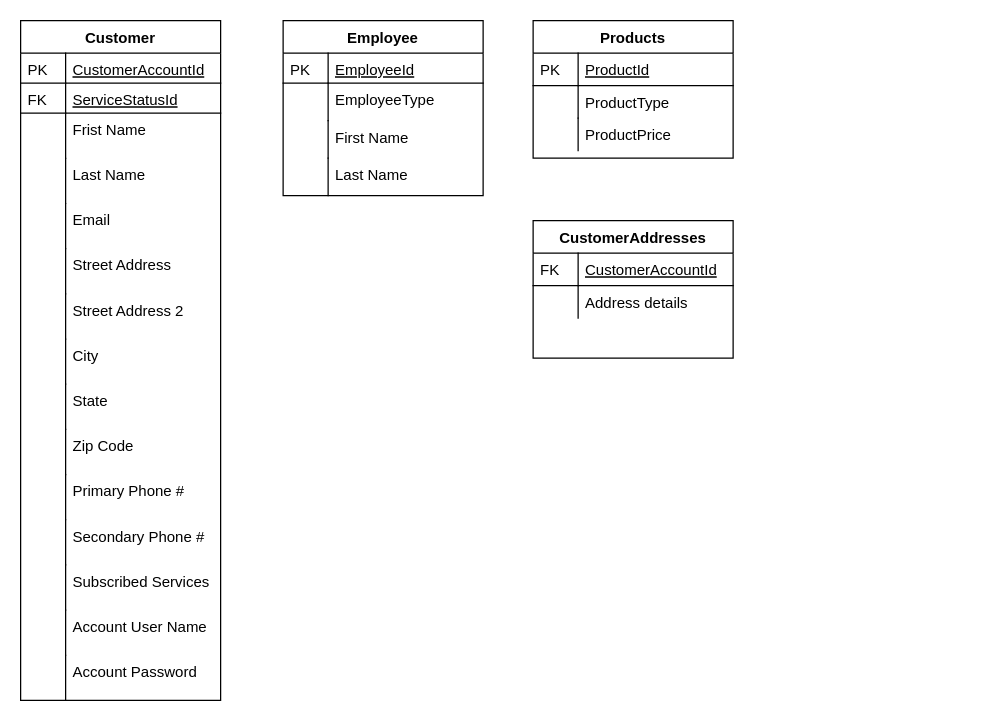
Cmbtmedicmoto84/Capstone_Repo keeps this draw.io diagram as page "Page-1" (1 of 2) of Capstone.drawio. Above is the earlier version. Source tidied: cells renumbered, new cells numbered last; positions are measured from the earlier drawing's top-left corner, leaving out a move shared by most shapes. Both pictures are drawn from the tidied source at 125%, with x=0, y=0 at pixel (20, 20).
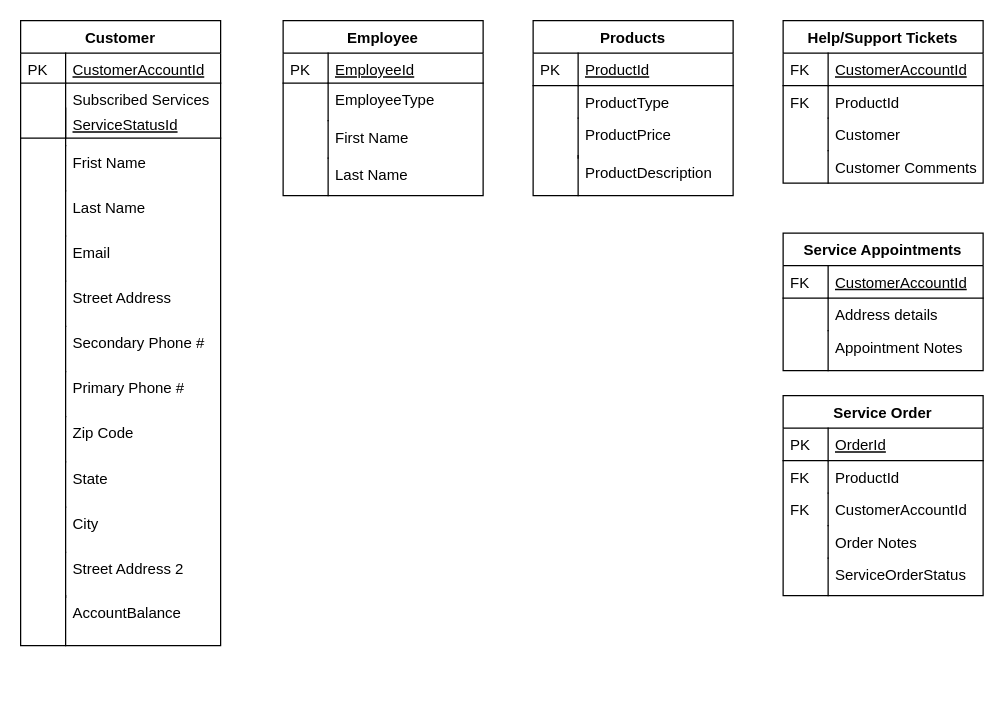
Above is the later version.

Diff of the diagram source:
```diff
@@
     <mxCell id="2" value="Customer" style="swimlane;fontStyle=1;horizontal=1;startSize=26;rounded=0;shadow=0;strokeWidth=1;" parent="1" vertex="1">
-      <mxGeometry width="160" height="543.8" as="geometry" />
+      <mxGeometry width="160" height="500" as="geometry" />
     </mxCell>
@@
-    <mxCell id="5" value="ServiceStatusId" style="shape=partialRectangle;top=0;left=0;right=0;bottom=1;align=left;verticalAlign=top;fillColor=none;spacingLeft=40;spacingRight=4;overflow=hidden;rounded=0;shadow=0;strokeWidth=1;fontStyle=4;" parent="2" vertex="1">
-      <mxGeometry y="50" width="160" height="24" as="geometry" />
-    </mxCell>
-    <mxCell id="6" value="FK" style="shape=partialRectangle;top=0;left=0;bottom=0;fillColor=none;align=left;verticalAlign=top;spacingLeft=4;spacingRight=4;overflow=hidden;" parent="5" vertex="1">
-      <mxGeometry width="36" height="24" as="geometry" />
-    </mxCell>
+    <mxCell id="27" value="Subscribed Services" style="shape=partialRectangle;top=0;left=0;right=0;bottom=0;align=left;verticalAlign=top;fillColor=none;spacingLeft=40;spacingRight=4;overflow=hidden;rounded=0;shadow=0;strokeWidth=1;" parent="2" vertex="1">
+      <mxGeometry y="50" width="160" height="50" as="geometry" />
+    </mxCell>
+    <mxCell id="28" style="shape=partialRectangle;top=0;left=0;bottom=0;fillColor=none;align=left;verticalAlign=top;spacingLeft=4;spacingRight=4;overflow=hidden;" parent="27" vertex="1">
+      <mxGeometry width="36" height="50" as="geometry" />
+    </mxCell>
     <mxCell id="7" value="Frist Name" style="shape=partialRectangle;top=0;left=0;right=0;bottom=0;align=left;verticalAlign=top;fillColor=none;spacingLeft=40;spacingRight=4;overflow=hidden;rounded=0;shadow=0;strokeWidth=1;" parent="2" vertex="1">
-      <mxGeometry y="74" width="160" height="36.1" as="geometry" />
+      <mxGeometry y="100" width="160" height="36.1" as="geometry" />
     </mxCell>
@@
     <mxCell id="9" value="Last Name" style="shape=partialRectangle;top=0;left=0;right=0;bottom=0;align=left;verticalAlign=top;fillColor=none;spacingLeft=40;spacingRight=4;overflow=hidden;rounded=0;shadow=0;strokeWidth=1;" parent="2" vertex="1">
-      <mxGeometry y="110.1" width="160" height="36.1" as="geometry" />
+      <mxGeometry y="136.1" width="160" height="36.1" as="geometry" />
     </mxCell>
@@
     <mxCell id="11" value="Email" style="shape=partialRectangle;top=0;left=0;right=0;bottom=0;align=left;verticalAlign=top;fillColor=none;spacingLeft=40;spacingRight=4;overflow=hidden;rounded=0;shadow=0;strokeWidth=1;" parent="2" vertex="1">
-      <mxGeometry y="146.3" width="160" height="36.1" as="geometry" />
+      <mxGeometry y="172.3" width="160" height="36.1" as="geometry" />
     </mxCell>
@@
     <mxCell id="13" value="Street Address" style="shape=partialRectangle;top=0;left=0;right=0;bottom=0;align=left;verticalAlign=top;fillColor=none;spacingLeft=40;spacingRight=4;overflow=hidden;rounded=0;shadow=0;strokeWidth=1;" parent="2" vertex="1">
-      <mxGeometry y="182.4" width="160" height="36.1" as="geometry" />
+      <mxGeometry y="208.4" width="160" height="36.1" as="geometry" />
     </mxCell>
@@
+    <mxCell id="25" value="Secondary Phone #" style="shape=partialRectangle;top=0;left=0;right=0;bottom=0;align=left;verticalAlign=top;fillColor=none;spacingLeft=40;spacingRight=4;overflow=hidden;rounded=0;shadow=0;strokeWidth=1;" parent="2" vertex="1">
+      <mxGeometry y="244.6" width="160" height="36.1" as="geometry" />
+    </mxCell>
+    <mxCell id="26" style="shape=partialRectangle;top=0;left=0;bottom=0;fillColor=none;align=left;verticalAlign=top;spacingLeft=4;spacingRight=4;overflow=hidden;" parent="25" vertex="1">
+      <mxGeometry width="36" height="36.1" as="geometry" />
+    </mxCell>
+    <mxCell id="23" value="Primary Phone #" style="shape=partialRectangle;top=0;left=0;right=0;bottom=0;align=left;verticalAlign=top;fillColor=none;spacingLeft=40;spacingRight=4;overflow=hidden;rounded=0;shadow=0;strokeWidth=1;" parent="2" vertex="1">
+      <mxGeometry y="280.7" width="160" height="36.1" as="geometry" />
+    </mxCell>
+    <mxCell id="24" style="shape=partialRectangle;top=0;left=0;bottom=0;fillColor=none;align=left;verticalAlign=top;spacingLeft=4;spacingRight=4;overflow=hidden;" parent="23" vertex="1">
+      <mxGeometry width="36" height="36.1" as="geometry" />
+    </mxCell>
+    <mxCell id="21" value="Zip Code" style="shape=partialRectangle;top=0;left=0;right=0;bottom=0;align=left;verticalAlign=top;fillColor=none;spacingLeft=40;spacingRight=4;overflow=hidden;rounded=0;shadow=0;strokeWidth=1;" parent="2" vertex="1">
+      <mxGeometry y="316.8" width="160" height="36.1" as="geometry" />
+    </mxCell>
+    <mxCell id="22" style="shape=partialRectangle;top=0;left=0;bottom=0;fillColor=none;align=left;verticalAlign=top;spacingLeft=4;spacingRight=4;overflow=hidden;" parent="21" vertex="1">
+      <mxGeometry width="36" height="36.1" as="geometry" />
+    </mxCell>
+    <mxCell id="19" value="State" style="shape=partialRectangle;top=0;left=0;right=0;bottom=0;align=left;verticalAlign=top;fillColor=none;spacingLeft=40;spacingRight=4;overflow=hidden;rounded=0;shadow=0;strokeWidth=1;" parent="2" vertex="1">
+      <mxGeometry y="353" width="160" height="36.1" as="geometry" />
+    </mxCell>
+    <mxCell id="20" style="shape=partialRectangle;top=0;left=0;bottom=0;fillColor=none;align=left;verticalAlign=top;spacingLeft=4;spacingRight=4;overflow=hidden;" parent="19" vertex="1">
+      <mxGeometry width="36" height="36.1" as="geometry" />
+    </mxCell>
+    <mxCell id="17" value="City" style="shape=partialRectangle;top=0;left=0;right=0;bottom=0;align=left;verticalAlign=top;fillColor=none;spacingLeft=40;spacingRight=4;overflow=hidden;rounded=0;shadow=0;strokeWidth=1;" parent="2" vertex="1">
+      <mxGeometry y="389.1" width="160" height="36.1" as="geometry" />
+    </mxCell>
+    <mxCell id="18" style="shape=partialRectangle;top=0;left=0;bottom=0;fillColor=none;align=left;verticalAlign=top;spacingLeft=4;spacingRight=4;overflow=hidden;" parent="17" vertex="1">
+      <mxGeometry width="36" height="36.1" as="geometry" />
+    </mxCell>
     <mxCell id="15" value="Street Address 2" style="shape=partialRectangle;top=0;left=0;right=0;bottom=0;align=left;verticalAlign=top;fillColor=none;spacingLeft=40;spacingRight=4;overflow=hidden;rounded=0;shadow=0;strokeWidth=1;" parent="2" vertex="1">
-      <mxGeometry y="218.6" width="160" height="36.1" as="geometry" />
+      <mxGeometry y="425.3" width="160" height="36.1" as="geometry" />
     </mxCell>
@@
-    <mxCell id="17" value="City" style="shape=partialRectangle;top=0;left=0;right=0;bottom=0;align=left;verticalAlign=top;fillColor=none;spacingLeft=40;spacingRight=4;overflow=hidden;rounded=0;shadow=0;strokeWidth=1;" parent="2" vertex="1">
-      <mxGeometry y="254.7" width="160" height="36.1" as="geometry" />
-    </mxCell>
-    <mxCell id="18" style="shape=partialRectangle;top=0;left=0;bottom=0;fillColor=none;align=left;verticalAlign=top;spacingLeft=4;spacingRight=4;overflow=hidden;" parent="17" vertex="1">
-      <mxGeometry width="36" height="36.1" as="geometry" />
-    </mxCell>
-    <mxCell id="19" value="State" style="shape=partialRectangle;top=0;left=0;right=0;bottom=0;align=left;verticalAlign=top;fillColor=none;spacingLeft=40;spacingRight=4;overflow=hidden;rounded=0;shadow=0;strokeWidth=1;" parent="2" vertex="1">
-      <mxGeometry y="290.8" width="160" height="36.1" as="geometry" />
-    </mxCell>
-    <mxCell id="20" style="shape=partialRectangle;top=0;left=0;bottom=0;fillColor=none;align=left;verticalAlign=top;spacingLeft=4;spacingRight=4;overflow=hidden;" parent="19" vertex="1">
-      <mxGeometry width="36" height="36.1" as="geometry" />
-    </mxCell>
-    <mxCell id="21" value="Zip Code" style="shape=partialRectangle;top=0;left=0;right=0;bottom=0;align=left;verticalAlign=top;fillColor=none;spacingLeft=40;spacingRight=4;overflow=hidden;rounded=0;shadow=0;strokeWidth=1;" parent="2" vertex="1">
-      <mxGeometry y="327" width="160" height="36.1" as="geometry" />
-    </mxCell>
-    <mxCell id="22" style="shape=partialRectangle;top=0;left=0;bottom=0;fillColor=none;align=left;verticalAlign=top;spacingLeft=4;spacingRight=4;overflow=hidden;" parent="21" vertex="1">
-      <mxGeometry width="36" height="36.1" as="geometry" />
-    </mxCell>
-    <mxCell id="23" value="Primary Phone #" style="shape=partialRectangle;top=0;left=0;right=0;bottom=0;align=left;verticalAlign=top;fillColor=none;spacingLeft=40;spacingRight=4;overflow=hidden;rounded=0;shadow=0;strokeWidth=1;" parent="2" vertex="1">
-      <mxGeometry y="363.1" width="160" height="36.1" as="geometry" />
-    </mxCell>
-    <mxCell id="24" style="shape=partialRectangle;top=0;left=0;bottom=0;fillColor=none;align=left;verticalAlign=top;spacingLeft=4;spacingRight=4;overflow=hidden;" parent="23" vertex="1">
-      <mxGeometry width="36" height="36.1" as="geometry" />
-    </mxCell>
-    <mxCell id="25" value="Secondary Phone #" style="shape=partialRectangle;top=0;left=0;right=0;bottom=0;align=left;verticalAlign=top;fillColor=none;spacingLeft=40;spacingRight=4;overflow=hidden;rounded=0;shadow=0;strokeWidth=1;" parent="2" vertex="1">
-      <mxGeometry y="399.3" width="160" height="36.1" as="geometry" />
-    </mxCell>
-    <mxCell id="26" style="shape=partialRectangle;top=0;left=0;bottom=0;fillColor=none;align=left;verticalAlign=top;spacingLeft=4;spacingRight=4;overflow=hidden;" parent="25" vertex="1">
-      <mxGeometry width="36" height="36.1" as="geometry" />
-    </mxCell>
-    <mxCell id="27" value="Subscribed Services" style="shape=partialRectangle;top=0;left=0;right=0;bottom=0;align=left;verticalAlign=top;fillColor=none;spacingLeft=40;spacingRight=4;overflow=hidden;rounded=0;shadow=0;strokeWidth=1;" parent="2" vertex="1">
-      <mxGeometry y="435.4" width="160" height="36.1" as="geometry" />
-    </mxCell>
-    <mxCell id="28" style="shape=partialRectangle;top=0;left=0;bottom=0;fillColor=none;align=left;verticalAlign=top;spacingLeft=4;spacingRight=4;overflow=hidden;" parent="27" vertex="1">
-      <mxGeometry width="36" height="36.1" as="geometry" />
-    </mxCell>
-    <mxCell id="29" value="Account User Name" style="shape=partialRectangle;top=0;left=0;right=0;bottom=0;align=left;verticalAlign=top;fillColor=none;spacingLeft=40;spacingRight=4;overflow=hidden;rounded=0;shadow=0;strokeWidth=1;" parent="2" vertex="1">
-      <mxGeometry y="471.5" width="160" height="36.1" as="geometry" />
-    </mxCell>
-    <mxCell id="30" style="shape=partialRectangle;top=0;left=0;bottom=0;fillColor=none;align=left;verticalAlign=top;spacingLeft=4;spacingRight=4;overflow=hidden;" parent="29" vertex="1">
-      <mxGeometry width="36" height="36.1" as="geometry" />
-    </mxCell>
-    <mxCell id="31" value="Account Password" style="shape=partialRectangle;top=0;left=0;right=0;bottom=0;align=left;verticalAlign=top;fillColor=none;spacingLeft=40;spacingRight=4;overflow=hidden;rounded=0;shadow=0;strokeWidth=1;" parent="2" vertex="1">
-      <mxGeometry y="507.7" width="160" height="36.1" as="geometry" />
-    </mxCell>
-    <mxCell id="32" style="shape=partialRectangle;top=0;left=0;bottom=0;fillColor=none;align=left;verticalAlign=top;spacingLeft=4;spacingRight=4;overflow=hidden;" parent="31" vertex="1">
-      <mxGeometry width="36" height="36.1" as="geometry" />
-    </mxCell>
@@
     <mxCell id="42" value="Products" style="swimlane;fontStyle=1;horizontal=1;startSize=26;rounded=0;shadow=0;strokeWidth=1;" parent="1" vertex="1">
-      <mxGeometry x="410" width="160" height="110" as="geometry" />
+      <mxGeometry x="410" width="160" height="140" as="geometry" />
     </mxCell>
@@
     <mxCell id="47" value="ProductPrice" style="shape=partialRectangle;top=0;left=0;right=0;bottom=0;align=left;verticalAlign=top;fillColor=none;spacingLeft=40;spacingRight=4;overflow=hidden;rounded=0;shadow=0;strokeWidth=1;" parent="42" vertex="1">
-      <mxGeometry y="78" width="160" height="26" as="geometry" />
+      <mxGeometry y="78" width="160" height="32" as="geometry" />
     </mxCell>
     <mxCell id="48" style="shape=partialRectangle;top=0;left=0;bottom=0;fillColor=none;align=left;verticalAlign=top;spacingLeft=4;spacingRight=4;overflow=hidden;" parent="47" vertex="1">
-      <mxGeometry width="36" height="26" as="geometry" />
+      <mxGeometry width="36" height="32" as="geometry" />
     </mxCell>
+    <mxCell id="54" value="Help/Support Tickets" style="swimlane;fontStyle=1;horizontal=1;startSize=26;rounded=0;shadow=0;strokeWidth=1;" parent="1" vertex="1">
+      <mxGeometry x="610" width="160" height="130" as="geometry" />
+    </mxCell>
+    <mxCell id="55" value="CustomerAccountId" style="shape=partialRectangle;top=0;left=0;right=0;bottom=1;align=left;verticalAlign=top;fillColor=none;spacingLeft=40;spacingRight=4;overflow=hidden;rounded=0;shadow=0;strokeWidth=1;fontStyle=4;" parent="54" vertex="1">
+      <mxGeometry y="26" width="160" height="26" as="geometry" />
+    </mxCell>
+    <mxCell id="56" value="FK" style="shape=partialRectangle;top=0;left=0;bottom=0;fillColor=none;align=left;verticalAlign=top;spacingLeft=4;spacingRight=4;overflow=hidden;" parent="55" vertex="1">
+      <mxGeometry width="36" height="26" as="geometry" />
+    </mxCell>
+    <mxCell id="57" value="ProductId" style="shape=partialRectangle;top=0;left=0;right=0;bottom=0;align=left;verticalAlign=top;fillColor=none;spacingLeft=40;spacingRight=4;overflow=hidden;rounded=0;shadow=0;strokeWidth=1;" parent="54" vertex="1">
+      <mxGeometry y="52" width="160" height="26" as="geometry" />
+    </mxCell>
+    <mxCell id="58" value="FK" style="shape=partialRectangle;top=0;left=0;bottom=0;fillColor=none;align=left;verticalAlign=top;spacingLeft=4;spacingRight=4;overflow=hidden;" parent="57" vertex="1">
+      <mxGeometry width="36" height="26" as="geometry" />
+    </mxCell>
+    <mxCell id="59" value="Customer" style="shape=partialRectangle;top=0;left=0;right=0;bottom=0;align=left;verticalAlign=top;fillColor=none;spacingLeft=40;spacingRight=4;overflow=hidden;rounded=0;shadow=0;strokeWidth=1;" parent="54" vertex="1">
+      <mxGeometry y="78" width="160" height="26" as="geometry" />
+    </mxCell>
+    <mxCell id="60" style="shape=partialRectangle;top=0;left=0;bottom=0;fillColor=none;align=left;verticalAlign=top;spacingLeft=4;spacingRight=4;overflow=hidden;" parent="59" vertex="1">
+      <mxGeometry width="36" height="26" as="geometry" />
+    </mxCell>
+    <mxCell id="61" value="Customer Comments" style="shape=partialRectangle;top=0;left=0;right=0;bottom=0;align=left;verticalAlign=top;fillColor=none;spacingLeft=40;spacingRight=4;overflow=hidden;rounded=0;shadow=0;strokeWidth=1;" parent="1" vertex="1">
+      <mxGeometry x="610" y="104" width="160" height="26" as="geometry" />
+    </mxCell>
+    <mxCell id="62" style="shape=partialRectangle;top=0;left=0;bottom=0;fillColor=none;align=left;verticalAlign=top;spacingLeft=4;spacingRight=4;overflow=hidden;" parent="61" vertex="1">
+      <mxGeometry width="36" height="26" as="geometry" />
+    </mxCell>
+    <mxCell id="5" value="ServiceStatusId" style="shape=partialRectangle;top=0;left=0;right=0;bottom=1;align=left;verticalAlign=top;fillColor=none;spacingLeft=40;spacingRight=4;overflow=hidden;rounded=0;shadow=0;strokeWidth=1;fontStyle=4;" parent="1" vertex="1">
+      <mxGeometry y="70" width="160" height="24" as="geometry" />
+    </mxCell>
+    <mxCell id="6" style="shape=partialRectangle;top=0;left=0;bottom=0;fillColor=none;align=left;verticalAlign=top;spacingLeft=4;spacingRight=4;overflow=hidden;" parent="5" vertex="1">
+      <mxGeometry width="36" height="24" as="geometry" />
+    </mxCell>
+    <mxCell id="63" value="ProductDescription" style="shape=partialRectangle;top=0;left=0;right=0;bottom=0;align=left;verticalAlign=top;fillColor=none;spacingLeft=40;spacingRight=4;overflow=hidden;rounded=0;shadow=0;strokeWidth=1;" parent="1" vertex="1">
+      <mxGeometry x="410" y="108" width="160" height="32" as="geometry" />
+    </mxCell>
+    <mxCell id="64" style="shape=partialRectangle;top=0;left=0;bottom=0;fillColor=none;align=left;verticalAlign=top;spacingLeft=4;spacingRight=4;overflow=hidden;" parent="63" vertex="1">
+      <mxGeometry width="36" height="32" as="geometry" />
+    </mxCell>
+    <mxCell id="65" value="AccountBalance" style="shape=partialRectangle;top=0;left=0;right=0;bottom=0;align=left;verticalAlign=top;fillColor=none;spacingLeft=40;spacingRight=4;overflow=hidden;rounded=0;shadow=0;strokeWidth=1;" parent="1" vertex="1">
+      <mxGeometry y="460" width="160" height="40" as="geometry" />
+    </mxCell>
+    <mxCell id="66" style="shape=partialRectangle;top=0;left=0;bottom=0;fillColor=none;align=left;verticalAlign=top;spacingLeft=4;spacingRight=4;overflow=hidden;" parent="65" vertex="1">
+      <mxGeometry width="36" height="40" as="geometry" />
+    </mxCell>
-    <mxCell id="49" value="CustomerAddresses" style="swimlane;fontStyle=1;horizontal=1;startSize=26;rounded=0;shadow=0;strokeWidth=1;" parent="1" vertex="1">
-      <mxGeometry x="410" y="160" width="160" height="110" as="geometry" />
+    <mxCell id="49" value="Service Appointments" style="swimlane;fontStyle=1;horizontal=1;startSize=26;rounded=0;shadow=0;strokeWidth=1;" parent="1" vertex="1">
+      <mxGeometry x="610" y="170" width="160" height="110" as="geometry" />
     </mxCell>
@@
+    <mxCell id="67" value="Appointment Notes" style="shape=partialRectangle;top=0;left=0;right=0;bottom=0;align=left;verticalAlign=top;fillColor=none;spacingLeft=40;spacingRight=4;overflow=hidden;rounded=0;shadow=0;strokeWidth=1;" parent="49" vertex="1">
+      <mxGeometry y="78" width="160" height="32" as="geometry" />
+    </mxCell>
+    <mxCell id="68" style="shape=partialRectangle;top=0;left=0;bottom=0;fillColor=none;align=left;verticalAlign=top;spacingLeft=4;spacingRight=4;overflow=hidden;" parent="67" vertex="1">
+      <mxGeometry width="36" height="32" as="geometry" />
+    </mxCell>
+    <mxCell id="69" value="Service Order" style="swimlane;fontStyle=1;horizontal=1;startSize=26;rounded=0;shadow=0;strokeWidth=1;" parent="1" vertex="1">
+      <mxGeometry x="610" y="300" width="160" height="160" as="geometry" />
+    </mxCell>
+    <mxCell id="70" value="OrderId" style="shape=partialRectangle;top=0;left=0;right=0;bottom=1;align=left;verticalAlign=top;fillColor=none;spacingLeft=40;spacingRight=4;overflow=hidden;rounded=0;shadow=0;strokeWidth=1;fontStyle=4;" parent="69" vertex="1">
+      <mxGeometry y="26" width="160" height="26" as="geometry" />
+    </mxCell>
+    <mxCell id="71" value="PK" style="shape=partialRectangle;top=0;left=0;bottom=0;fillColor=none;align=left;verticalAlign=top;spacingLeft=4;spacingRight=4;overflow=hidden;" parent="70" vertex="1">
+      <mxGeometry width="36" height="26" as="geometry" />
+    </mxCell>
+    <mxCell id="72" value="ProductId" style="shape=partialRectangle;top=0;left=0;right=0;bottom=0;align=left;verticalAlign=top;fillColor=none;spacingLeft=40;spacingRight=4;overflow=hidden;rounded=0;shadow=0;strokeWidth=1;" parent="69" vertex="1">
+      <mxGeometry y="52" width="160" height="26" as="geometry" />
+    </mxCell>
+    <mxCell id="73" value="FK" style="shape=partialRectangle;top=0;left=0;bottom=0;fillColor=none;align=left;verticalAlign=top;spacingLeft=4;spacingRight=4;overflow=hidden;" parent="72" vertex="1">
+      <mxGeometry width="36" height="26" as="geometry" />
+    </mxCell>
+    <mxCell id="74" value="CustomerAccountId" style="shape=partialRectangle;top=0;left=0;right=0;bottom=0;align=left;verticalAlign=top;fillColor=none;spacingLeft=40;spacingRight=4;overflow=hidden;rounded=0;shadow=0;strokeWidth=1;" parent="69" vertex="1">
+      <mxGeometry y="78" width="160" height="26" as="geometry" />
+    </mxCell>
+    <mxCell id="75" value="FK" style="shape=partialRectangle;top=0;left=0;bottom=0;fillColor=none;align=left;verticalAlign=top;spacingLeft=4;spacingRight=4;overflow=hidden;" parent="74" vertex="1">
+      <mxGeometry width="36" height="26" as="geometry" />
+    </mxCell>
+    <mxCell id="76" value="Order Notes" style="shape=partialRectangle;top=0;left=0;right=0;bottom=0;align=left;verticalAlign=top;fillColor=none;spacingLeft=40;spacingRight=4;overflow=hidden;rounded=0;shadow=0;strokeWidth=1;" parent="69" vertex="1">
+      <mxGeometry y="104" width="160" height="26" as="geometry" />
+    </mxCell>
+    <mxCell id="77" style="shape=partialRectangle;top=0;left=0;bottom=0;fillColor=none;align=left;verticalAlign=top;spacingLeft=4;spacingRight=4;overflow=hidden;" parent="76" vertex="1">
+      <mxGeometry width="36" height="26" as="geometry" />
+    </mxCell>
+    <mxCell id="78" value="ServiceOrderStatus" style="shape=partialRectangle;top=0;left=0;right=0;bottom=0;align=left;verticalAlign=top;fillColor=none;spacingLeft=40;spacingRight=4;overflow=hidden;rounded=0;shadow=0;strokeWidth=1;" parent="69" vertex="1">
+      <mxGeometry y="130" width="160" height="30" as="geometry" />
+    </mxCell>
+    <mxCell id="79" style="shape=partialRectangle;top=0;left=0;bottom=0;fillColor=none;align=left;verticalAlign=top;spacingLeft=4;spacingRight=4;overflow=hidden;" parent="78" vertex="1">
+      <mxGeometry width="36" height="30" as="geometry" />
+    </mxCell>
```
